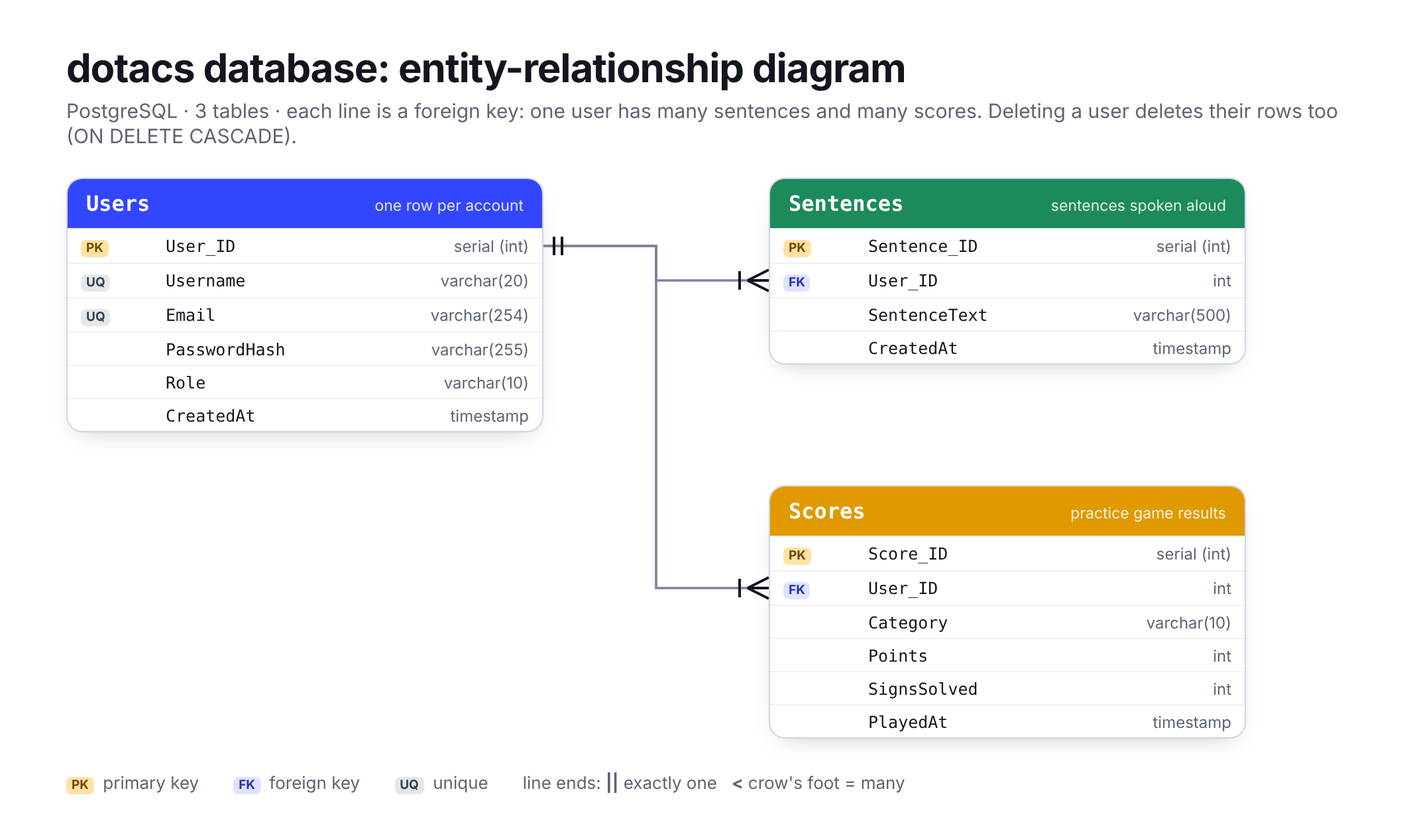
Before: database/erd.png, a diagram exported from Mermaid (netyidei/dotacs). Its source is kept beside it as database/erd.mmd.
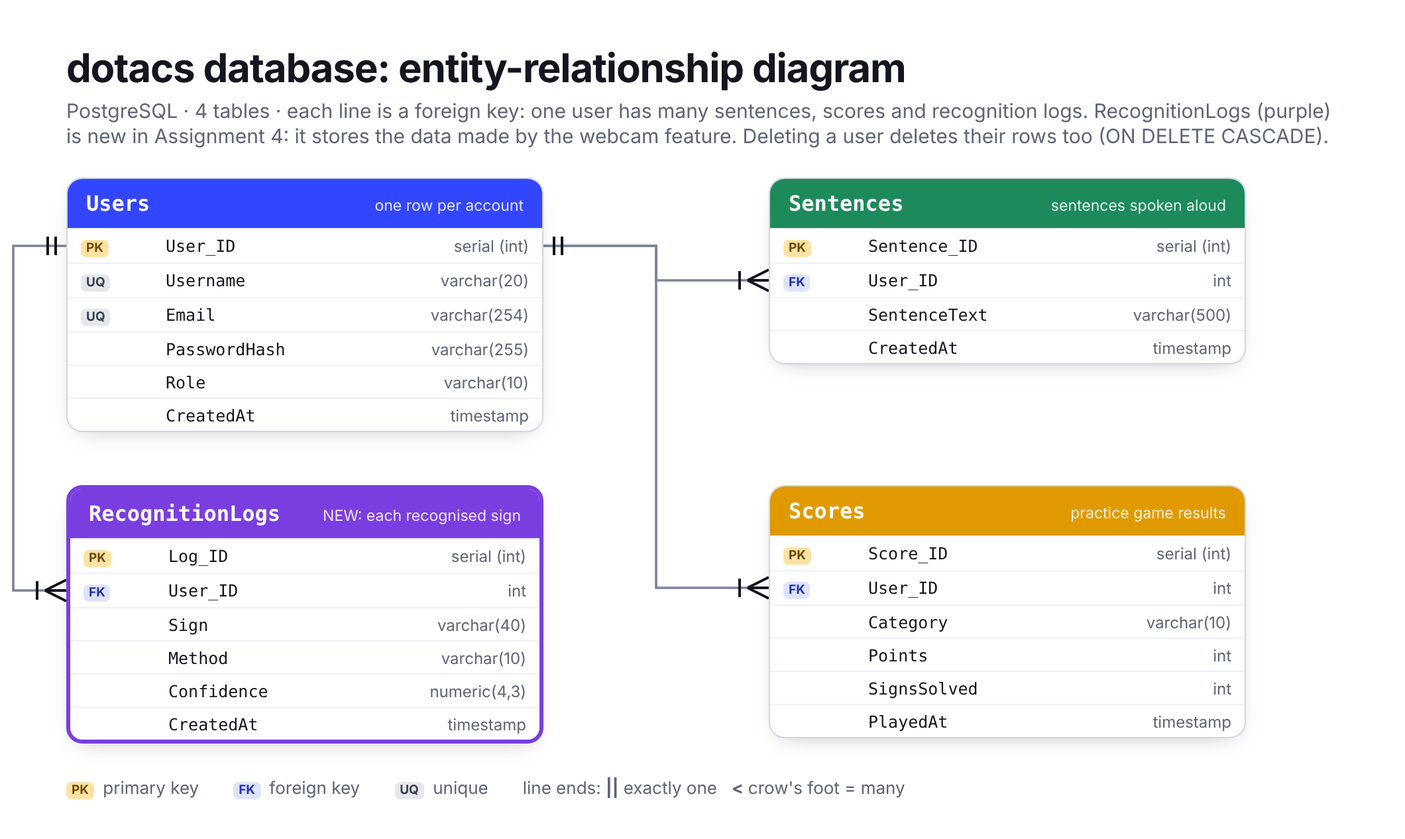
The same diagram one commit later.

Change to the diagram source:
```diff
@@ -1,6 +1,7 @@
 erDiagram
     Users ||--o{ Sentences : "speaks"
     Users ||--o{ Scores : "earns"
+    Users ||--o{ RecognitionLogs : "makes signs"
 
     Users {
         int User_ID PK
@@ -24,3 +25,11 @@
         int SignsSolved
         timestamp PlayedAt
     }
+    RecognitionLogs {
+        int Log_ID PK
+        int User_ID FK
+        varchar Sign
+        varchar Method "hold, motion or pair"
+        numeric Confidence "0 to 1"
+        timestamp CreatedAt
+    }
```
